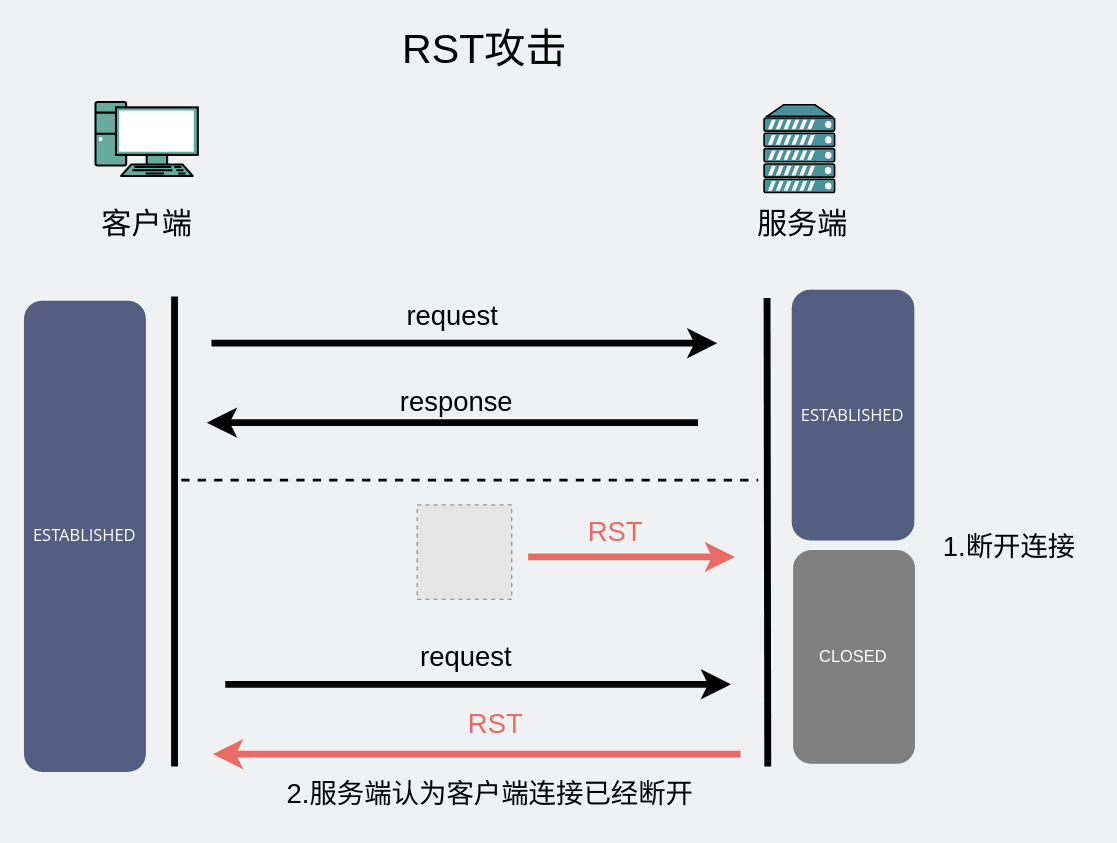
The draw.io diagram network/RST攻击.drawio in xiaobaiTech/image, before the edit. Source tidied: cells renumbered, new cells numbered last; positions are measured from the earlier drawing's top-left corner, leaving out a move shared by most shapes. Both pictures are drawn from the tidied source at 137%, with x=0, y=0 at pixel (23, 29). Pictures stored in the file or linked from it are replaced by grey dashed boxes.
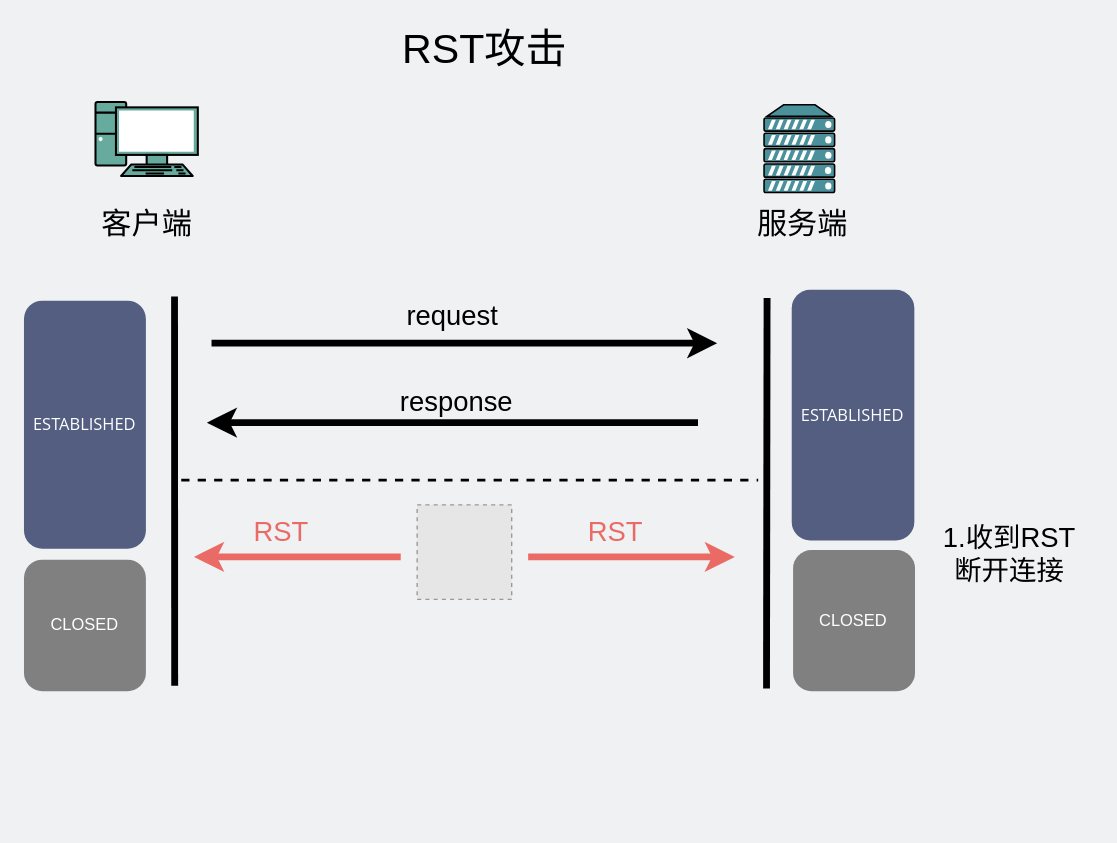
The same page after the edit.

Diff of the diagram source:
```diff
@@
     <mxCell id="7" style="endArrow=none;html=1;strokeWidth=5;" parent="1" edge="1">
       <mxGeometry relative="1" as="geometry">
-        <mxPoint x="109.9" y="538" as="sourcePoint" />
+        <mxPoint x="110" y="479" as="sourcePoint" />
         <mxPoint x="109.9" y="195" as="targetPoint" />
       </mxGeometry>
     </mxCell>
@@
     <mxCell id="9" style="endArrow=none;html=1;strokeWidth=5;" parent="1" edge="1">
       <mxGeometry relative="1" as="geometry">
-        <mxPoint x="542.9" y="538" as="sourcePoint" />
+        <mxPoint x="542" y="481" as="sourcePoint" />
         <mxPoint x="542.4" y="196" as="targetPoint" />
       </mxGeometry>
     </mxCell>
     <mxCell id="10" value="&lt;font color=&quot;#ffffff&quot;&gt;CLOSED&lt;/font&gt;" style="rounded=1;whiteSpace=wrap;html=1;strokeWidth=3;strokeColor=none;fillColor=#808080;" parent="1" vertex="1">
-      <mxGeometry x="561.4" y="380" width="89" height="156" as="geometry" />
+      <mxGeometry x="561.4" y="380" width="89" height="103" as="geometry" />
     </mxCell>
     <mxCell id="11" value="&lt;span style=&quot;font-family: &amp;#34;open sans&amp;#34; , &amp;#34;clear sans&amp;#34; , &amp;#34;helvetica neue&amp;#34; , &amp;#34;helvetica&amp;#34; , &amp;#34;arial&amp;#34; , sans-serif&quot;&gt;&lt;font style=&quot;font-size: 12px&quot;&gt;ESTABLISHED&lt;br&gt;&lt;/font&gt;&lt;/span&gt;" style="rounded=1;whiteSpace=wrap;html=1;dashed=1;strokeWidth=3;fillColor=#535E80;strokeColor=none;fontColor=#FFFFFF;" parent="1" vertex="1">
-      <mxGeometry y="198" width="89" height="344" as="geometry" />
+      <mxGeometry y="198" width="89" height="181" as="geometry" />
     </mxCell>
-    <mxCell id="12" value="&lt;font style=&quot;font-size: 20px&quot;&gt;1.断开连接&lt;/font&gt;" style="text;html=1;strokeColor=none;fillColor=none;align=center;verticalAlign=middle;whiteSpace=wrap;rounded=0;" parent="1" vertex="1">
-      <mxGeometry x="658.2" y="360" width="122.7" height="33" as="geometry" />
+    <mxCell id="12" value="&lt;font style=&quot;font-size: 20px&quot;&gt;1.收到RST&lt;br&gt;断开连接&lt;/font&gt;" style="text;html=1;strokeColor=none;fillColor=none;align=center;verticalAlign=middle;whiteSpace=wrap;rounded=0;" parent="1" vertex="1">
+      <mxGeometry x="658.2" y="365" width="122.7" height="33" as="geometry" />
     </mxCell>
-    <mxCell id="13" style="endArrow=none;html=1;strokeWidth=5;startArrow=classic;startFill=1;endFill=0;fontColor=#4A919B;strokeColor=#EA6B66;" parent="1" edge="1">
-      <mxGeometry relative="1" as="geometry">
-        <mxPoint x="138" y="529" as="sourcePoint" />
-        <mxPoint x="523" y="529" as="targetPoint" />
-      </mxGeometry>
-    </mxCell>
-    <mxCell id="14" value="RST" style="text;html=1;strokeColor=none;fillColor=none;align=center;verticalAlign=middle;whiteSpace=wrap;rounded=0;fontSize=20;rotation=0;fontColor=#EA6B66;" parent="1" vertex="1">
-      <mxGeometry x="301" y="490" width="87" height="32" as="geometry" />
-    </mxCell>
-    <mxCell id="15" value="&lt;font style=&quot;font-size: 20px&quot;&gt;2.服务端认为客户端连接已经断开&lt;br&gt;&lt;/font&gt;" style="text;html=1;strokeColor=none;fillColor=none;align=center;verticalAlign=middle;whiteSpace=wrap;rounded=0;" parent="1" vertex="1">
-      <mxGeometry x="180" y="536" width="320.5" height="41" as="geometry" />
-    </mxCell>
@@
-    <mxCell id="24" style="endArrow=classic;html=1;strokeWidth=5;fontSize=20;" parent="1" edge="1">
-      <mxGeometry relative="1" as="geometry">
-        <mxPoint x="146.9" y="478" as="sourcePoint" />
-        <mxPoint x="516" y="478" as="targetPoint" />
-      </mxGeometry>
-    </mxCell>
-    <mxCell id="25" value="&lt;span style=&quot;font-size: 20px&quot;&gt;request&lt;/span&gt;" style="text;html=1;strokeColor=none;fillColor=none;align=center;verticalAlign=middle;whiteSpace=wrap;rounded=0;" parent="1" vertex="1">
-      <mxGeometry x="257" y="447" width="132" height="20" as="geometry" />
-    </mxCell>
+    <mxCell id="26" style="endArrow=none;html=1;strokeWidth=5;fontSize=20;strokeColor=#EA6B66;startArrow=classic;startFill=1;endFill=0;" parent="1" edge="1">
+      <mxGeometry relative="1" as="geometry">
+        <mxPoint x="124.1" y="385" as="sourcePoint" />
+        <mxPoint x="275" y="385" as="targetPoint" />
+      </mxGeometry>
+    </mxCell>
+    <mxCell id="14" value="&lt;span style=&quot;font-size: 20px&quot;&gt;RST&lt;/span&gt;" style="text;html=1;strokeColor=none;fillColor=none;align=center;verticalAlign=middle;whiteSpace=wrap;rounded=0;fontColor=#EA6B66;" parent="1" vertex="1">
+      <mxGeometry x="122" y="356" width="132" height="20" as="geometry" />
+    </mxCell>
+    <mxCell id="27" value="&lt;font color=&quot;#ffffff&quot;&gt;CLOSED&lt;/font&gt;" style="rounded=1;whiteSpace=wrap;html=1;strokeWidth=3;strokeColor=none;fillColor=#808080;" parent="1" vertex="1">
+      <mxGeometry y="387" width="89" height="96" as="geometry" />
+    </mxCell>
```
